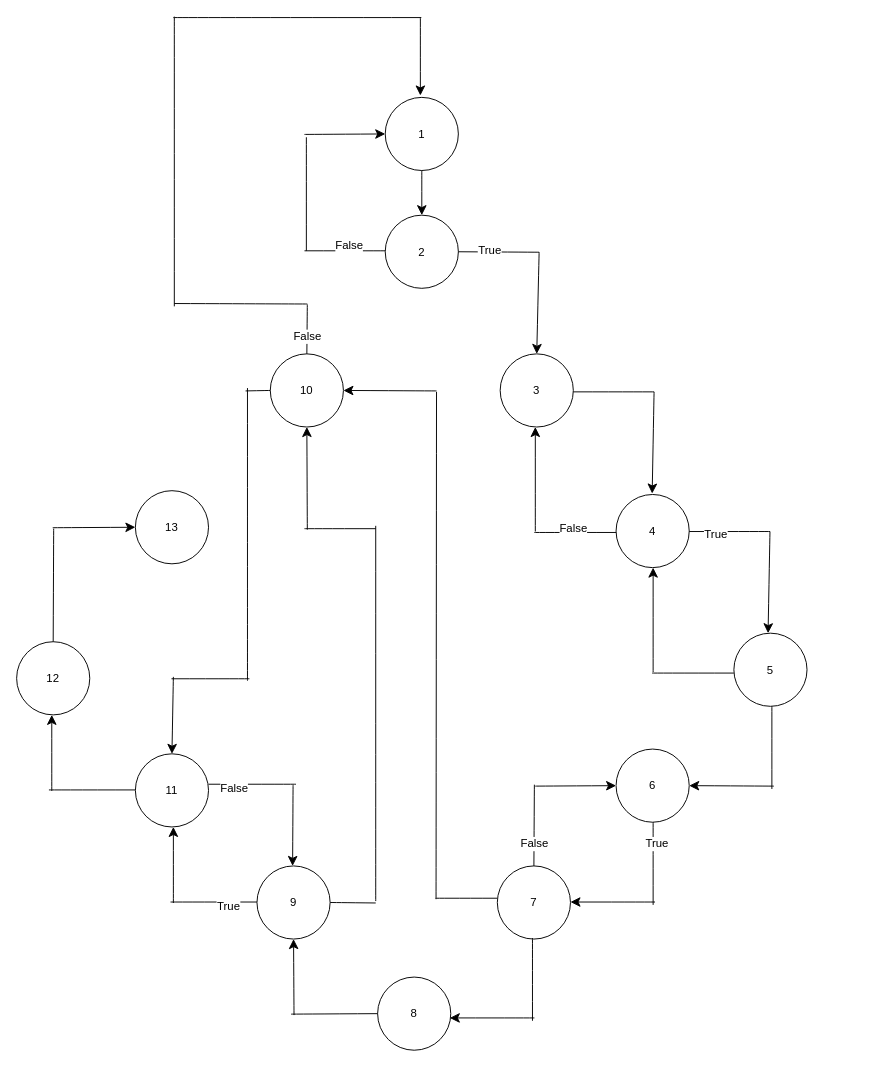
Fashich/APSI_Kelompok-1 keeps this draw.io diagram as Untitled Diagram.drawio. Above is the earlier version. Source tidied: cells renumbered, new cells numbered last; positions are measured from the earlier drawing's top-left corner, leaving out a move shared by most shapes. Both pictures are drawn from the tidied source at 95%, with x=0, y=0 at pixel (16, 16).
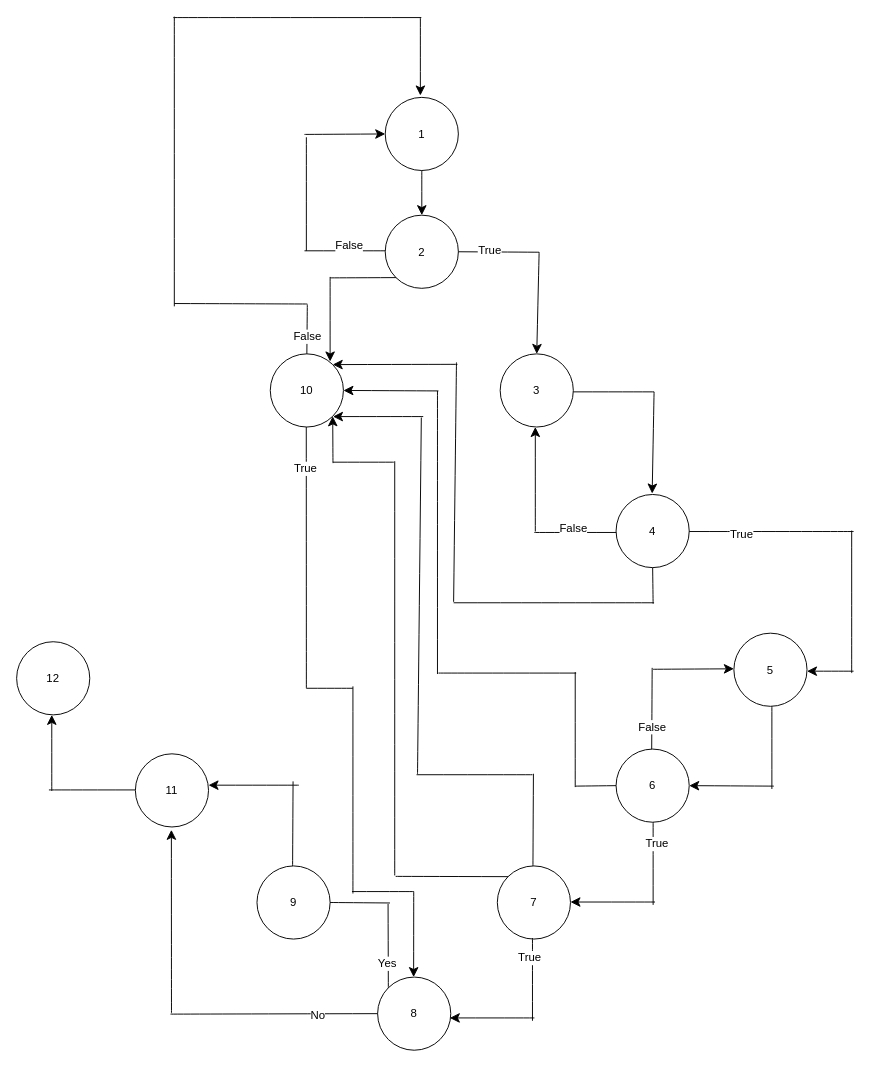
Above is the later version.

The change refers to these unchanged cells:
```xml
<mxCell id="4" value="2" style="ellipse;whiteSpace=wrap;html=1;" parent="1" vertex="1">
  <mxGeometry x="388" y="209" width="77" height="77" as="geometry" />
</mxCell>
<mxCell id="6" value="4" style="ellipse;whiteSpace=wrap;html=1;" parent="1" vertex="1">
  <mxGeometry x="631" y="503" width="77" height="77" as="geometry" />
</mxCell>
<mxCell id="8" value="6" style="ellipse;whiteSpace=wrap;html=1;" parent="1" vertex="1">
  <mxGeometry x="631" y="771" width="77" height="77" as="geometry" />
</mxCell>
<mxCell id="9" value="7" style="ellipse;whiteSpace=wrap;html=1;" parent="1" vertex="1">
  <mxGeometry x="506" y="894" width="77" height="77" as="geometry" />
</mxCell>
<mxCell id="10" value="8" style="ellipse;whiteSpace=wrap;html=1;" parent="1" vertex="1">
  <mxGeometry x="380" y="1011" width="77" height="77" as="geometry" />
</mxCell>
<mxCell id="11" value="9" style="ellipse;whiteSpace=wrap;html=1;" parent="1" vertex="1">
  <mxGeometry x="253" y="894" width="77" height="77" as="geometry" />
</mxCell>
<mxCell id="12" value="11" style="ellipse;whiteSpace=wrap;html=1;" parent="1" vertex="1">
  <mxGeometry x="125" y="776" width="77" height="77" as="geometry" />
</mxCell>
<mxCell id="14" value="12" style="ellipse;whiteSpace=wrap;html=1;" parent="1" vertex="1">
  <mxGeometry y="658" width="77" height="77" as="geometry" />
</mxCell>
<mxCell id="15" value="10" style="ellipse;whiteSpace=wrap;html=1;" parent="1" vertex="1">
  <mxGeometry x="267" y="355" width="77" height="77" as="geometry" />
</mxCell>
<mxCell id="33" style="endArrow=none;html=1;rounded=0;fontSize=12;startSize=8;endSize=8;curved=1;" parent="1" edge="1">
  <mxGeometry relative="1" as="geometry">
    <mxPoint x="543" y="970" as="sourcePoint" />
    <mxPoint x="543" y="1057" as="targetPoint" />
  </mxGeometry>
</mxCell>
```

Change to the diagram source:
```diff
@@
-    <mxCell id="13" value="13" style="ellipse;whiteSpace=wrap;html=1;" parent="1" vertex="1">
-      <mxGeometry x="125" y="499" width="77" height="77" as="geometry" />
-    </mxCell>
@@
     <mxCell id="25" style="endArrow=none;html=1;rounded=0;fontSize=12;startSize=8;endSize=8;curved=1;entryX=1;entryY=0.5;entryDx=0;entryDy=0;" parent="1" edge="1">
       <mxGeometry relative="1" as="geometry">
-        <mxPoint x="793" y="542" as="sourcePoint" />
+        <mxPoint x="881" y="542" as="sourcePoint" />
         <mxPoint x="708" y="542" as="targetPoint" />
       </mxGeometry>
     </mxCell>
@@
     <mxCell id="27" style="endArrow=classic;html=1;rounded=0;fontSize=12;startSize=8;endSize=8;curved=1;entryX=0.5;entryY=0;entryDx=0;entryDy=0;" parent="1" edge="1">
       <mxGeometry relative="1" as="geometry">
-        <mxPoint x="793" y="542" as="sourcePoint" />
-        <mxPoint x="791" y="649" as="targetPoint" />
+        <mxPoint x="881" y="689" as="sourcePoint" />
+        <mxPoint x="832" y="689" as="targetPoint" />
       </mxGeometry>
     </mxCell>
@@
+    <mxCell id="72" value="True" style="edgeLabel;html=1;align=center;verticalAlign=middle;fontSize=12;" parent="33" vertex="1">
+      <mxGeometry x="-0.54" y="-4" relative="1" as="geometry" />
+    </mxCell>
@@
     <mxCell id="35" style="endArrow=none;html=1;rounded=0;fontSize=12;startSize=8;endSize=8;curved=1;entryX=0;entryY=0.5;entryDx=0;entryDy=0;" parent="1" edge="1" target="10">
       <mxGeometry relative="1" as="geometry">
-        <mxPoint x="289" y="1050" as="sourcePoint" />
+        <mxPoint x="162" y="1050" as="sourcePoint" />
       </mxGeometry>
     </mxCell>
-    <mxCell id="36" style="endArrow=none;html=1;rounded=0;fontSize=12;startSize=8;endSize=8;curved=1;entryX=0.5;entryY=0;entryDx=0;entryDy=0;" parent="1" edge="1" target="14">
-      <mxGeometry relative="1" as="geometry">
-        <mxPoint x="39" y="539" as="sourcePoint" />
-      </mxGeometry>
-    </mxCell>
+    <mxCell id="73" value="No" style="edgeLabel;html=1;align=center;verticalAlign=middle;fontSize=12;" parent="35" vertex="1">
+      <mxGeometry x="0.41" y="-2" relative="1" as="geometry" />
+    </mxCell>
-    <mxCell id="37" style="endArrow=classic;html=1;rounded=0;fontSize=12;startSize=8;endSize=8;curved=1;entryX=0.5;entryY=1;entryDx=0;entryDy=0;" parent="1" edge="1" target="11">
+    <mxCell id="37" style="endArrow=classic;html=1;rounded=0;fontSize=12;startSize=8;endSize=8;curved=1;entryX=0.5;entryY=1;entryDx=0;entryDy=0;" parent="1" edge="1">
       <mxGeometry relative="1" as="geometry">
-        <mxPoint x="292" y="1051" as="sourcePoint" />
+        <mxPoint x="163" y="1049" as="sourcePoint" />
+        <mxPoint x="162.9" y="856" as="targetPoint" />
       </mxGeometry>
     </mxCell>
-    <mxCell id="38" style="endArrow=classic;html=1;rounded=0;fontSize=12;startSize=8;endSize=8;curved=1;entryX=0;entryY=0.5;entryDx=0;entryDy=0;" parent="1" edge="1" target="13">
-      <mxGeometry relative="1" as="geometry">
-        <mxPoint x="38" y="538" as="sourcePoint" />
-      </mxGeometry>
-    </mxCell>
-    <mxCell id="39" style="endArrow=none;html=1;rounded=0;fontSize=12;startSize=8;endSize=8;curved=1;entryX=0;entryY=0.5;entryDx=0;entryDy=0;" parent="1" edge="1">
-      <mxGeometry relative="1" as="geometry">
-        <mxPoint x="162" y="932" as="sourcePoint" />
-        <mxPoint x="253" y="932" as="targetPoint" />
-      </mxGeometry>
-    </mxCell>
-    <mxCell id="40" value="True" style="edgeLabel;html=1;align=center;verticalAlign=middle;fontSize=12;" parent="39" vertex="1">
-      <mxGeometry x="0.29" y="-4" relative="1" as="geometry">
-        <mxPoint x="1" as="offset" />
-      </mxGeometry>
-    </mxCell>
     <mxCell id="41" style="endArrow=classic;html=1;rounded=0;fontSize=12;startSize=8;endSize=8;curved=1;entryX=0.5;entryY=1;entryDx=0;entryDy=0;" parent="1" edge="1">
       <mxGeometry relative="1" as="geometry">
-        <mxPoint x="165" y="933" as="sourcePoint" />
-        <mxPoint x="165" y="853" as="targetPoint" />
+        <mxPoint x="297" y="809" as="sourcePoint" />
+        <mxPoint x="202" y="809" as="targetPoint" />
       </mxGeometry>
     </mxCell>
@@
-    <mxCell id="47" style="endArrow=none;html=1;rounded=0;fontSize=12;startSize=8;endSize=8;curved=1;entryX=0;entryY=0.5;entryDx=0;entryDy=0;" parent="1" edge="1">
-      <mxGeometry relative="1" as="geometry">
-        <mxPoint x="669" y="691" as="sourcePoint" />
-        <mxPoint x="755" y="691" as="targetPoint" />
-      </mxGeometry>
-    </mxCell>
-    <mxCell id="48" style="endArrow=classic;html=1;rounded=0;fontSize=12;startSize=8;endSize=8;curved=1;entryX=0.5;entryY=1;entryDx=0;entryDy=0;" parent="1" edge="1">
-      <mxGeometry relative="1" as="geometry">
-        <mxPoint x="670" y="690" as="sourcePoint" />
-        <mxPoint x="670" y="580" as="targetPoint" />
-      </mxGeometry>
-    </mxCell>
-    <mxCell id="49" style="endArrow=classic;html=1;rounded=0;fontSize=12;startSize=8;endSize=8;curved=1;entryX=0;entryY=0.5;entryDx=0;entryDy=0;" parent="1" edge="1" target="8">
+    <mxCell id="49" style="endArrow=classic;html=1;rounded=0;fontSize=12;startSize=8;endSize=8;curved=1;entryX=0;entryY=0.5;entryDx=0;entryDy=0;" parent="1" edge="1">
       <mxGeometry relative="1" as="geometry">
-        <mxPoint x="546" y="810" as="sourcePoint" />
+        <mxPoint x="670" y="687" as="sourcePoint" />
+        <mxPoint x="755" y="686.5" as="targetPoint" />
       </mxGeometry>
     </mxCell>
-    <mxCell id="50" style="endArrow=none;html=1;rounded=0;fontSize=12;startSize=8;endSize=8;curved=1;entryX=0.5;entryY=0;entryDx=0;entryDy=0;" parent="1" edge="1" target="9">
+    <mxCell id="50" style="endArrow=none;html=1;rounded=0;fontSize=12;startSize=8;endSize=8;curved=1;entryX=0.5;entryY=0;entryDx=0;entryDy=0;" parent="1" edge="1">
       <mxGeometry relative="1" as="geometry">
-        <mxPoint x="545" y="808.5" as="sourcePoint" />
+        <mxPoint x="669" y="685.5" as="sourcePoint" />
+        <mxPoint x="668.5" y="771" as="targetPoint" />
       </mxGeometry>
     </mxCell>
@@
-    <mxCell id="52" style="endArrow=none;html=1;rounded=0;fontSize=12;startSize=8;endSize=8;curved=1;entryX=1;entryY=0.5;entryDx=0;entryDy=0;" parent="1" edge="1">
-      <mxGeometry relative="1" as="geometry">
-        <mxPoint x="294" y="808" as="sourcePoint" />
-        <mxPoint x="202" y="808" as="targetPoint" />
-      </mxGeometry>
-    </mxCell>
-    <mxCell id="53" value="False" style="edgeLabel;html=1;align=center;verticalAlign=middle;fontSize=12;" parent="52" vertex="1">
-      <mxGeometry x="0.46" y="4" relative="1" as="geometry">
-        <mxPoint x="1" as="offset" />
-      </mxGeometry>
-    </mxCell>
-    <mxCell id="54" style="endArrow=classic;html=1;rounded=0;fontSize=12;startSize=8;endSize=8;curved=1;entryX=0.5;entryY=0;entryDx=0;entryDy=0;" parent="1" edge="1">
-      <mxGeometry relative="1" as="geometry">
-        <mxPoint x="291" y="809" as="sourcePoint" />
-        <mxPoint x="290.5" y="894" as="targetPoint" />
-      </mxGeometry>
-    </mxCell>
     <mxCell id="55" style="endArrow=none;html=1;rounded=0;fontSize=12;startSize=8;endSize=8;curved=1;exitX=1;exitY=0.5;exitDx=0;exitDy=0;" parent="1" edge="1" source="11">
       <mxGeometry relative="1" as="geometry">
-        <mxPoint x="378" y="933" as="targetPoint" />
+        <mxPoint x="393" y="933" as="targetPoint" />
       </mxGeometry>
     </mxCell>
-    <mxCell id="56" style="endArrow=none;html=1;rounded=0;fontSize=12;startSize=8;endSize=8;curved=1;" parent="1" edge="1">
+    <mxCell id="56" style="endArrow=none;html=1;rounded=0;fontSize=12;startSize=8;endSize=8;curved=1;exitX=0;exitY=0;exitDx=0;exitDy=0;" parent="1" edge="1" source="10">
       <mxGeometry relative="1" as="geometry">
-        <mxPoint x="378" y="931" as="sourcePoint" />
-        <mxPoint x="378" y="536" as="targetPoint" />
+        <mxPoint x="391" y="934" as="targetPoint" />
       </mxGeometry>
     </mxCell>
-    <mxCell id="57" style="endArrow=none;html=1;rounded=0;fontSize=12;startSize=8;endSize=8;curved=1;" parent="1" edge="1">
-      <mxGeometry relative="1" as="geometry">
-        <mxPoint x="303" y="539" as="sourcePoint" />
-        <mxPoint x="378" y="539" as="targetPoint" />
-      </mxGeometry>
-    </mxCell>
-    <mxCell id="58" style="endArrow=classic;html=1;rounded=0;fontSize=12;startSize=8;endSize=8;curved=1;entryX=0.5;entryY=1;entryDx=0;entryDy=0;" parent="1" edge="1" target="15">
-      <mxGeometry relative="1" as="geometry">
-        <mxPoint x="306" y="540" as="sourcePoint" />
-      </mxGeometry>
-    </mxCell>
-    <mxCell id="59" style="endArrow=none;html=1;rounded=0;fontSize=12;startSize=8;endSize=8;curved=1;" parent="1" edge="1">
-      <mxGeometry relative="1" as="geometry">
-        <mxPoint x="441" y="928" as="sourcePoint" />
-        <mxPoint x="506" y="928" as="targetPoint" />
-      </mxGeometry>
-    </mxCell>
+    <mxCell id="74" value="Yes" style="edgeLabel;html=1;align=center;verticalAlign=middle;fontSize=12;" parent="56" vertex="1">
+      <mxGeometry x="-0.4" y="2" relative="1" as="geometry" />
+    </mxCell>
     <mxCell id="60" style="endArrow=none;html=1;rounded=0;fontSize=12;startSize=8;endSize=8;curved=1;" parent="1" edge="1">
       <mxGeometry relative="1" as="geometry">
-        <mxPoint x="441.5" y="929" as="sourcePoint" />
-        <mxPoint x="442" y="395" as="targetPoint" />
+        <mxPoint x="422" y="797" as="sourcePoint" />
+        <mxPoint x="426" y="422" as="targetPoint" />
       </mxGeometry>
     </mxCell>
-    <mxCell id="61" style="endArrow=classic;html=1;rounded=0;fontSize=12;startSize=8;endSize=8;curved=1;entryX=1;entryY=0.5;entryDx=0;entryDy=0;" parent="1" edge="1" target="15">
+    <mxCell id="61" style="endArrow=classic;html=1;rounded=0;fontSize=12;startSize=8;endSize=8;curved=1;entryX=1;entryY=0.5;entryDx=0;entryDy=0;" parent="1" edge="1">
       <mxGeometry relative="1" as="geometry">
-        <mxPoint x="442" y="394" as="sourcePoint" />
+        <mxPoint x="428" y="421" as="sourcePoint" />
+        <mxPoint x="333" y="421" as="targetPoint" />
       </mxGeometry>
     </mxCell>
@@
-    <mxCell id="68" style="endArrow=none;html=1;rounded=0;fontSize=12;startSize=8;endSize=8;curved=1;exitX=0;exitY=0.5;exitDx=0;exitDy=0;" parent="1" edge="1" source="15">
-      <mxGeometry relative="1" as="geometry">
-        <mxPoint x="241" y="394" as="targetPoint" />
-      </mxGeometry>
-    </mxCell>
-    <mxCell id="69" style="endArrow=none;html=1;rounded=0;fontSize=12;startSize=8;endSize=8;curved=1;" parent="1" edge="1">
-      <mxGeometry relative="1" as="geometry">
-        <mxPoint x="243" y="699" as="sourcePoint" />
-        <mxPoint x="243" y="391" as="targetPoint" />
-      </mxGeometry>
-    </mxCell>
     <mxCell id="70" style="endArrow=none;html=1;rounded=0;fontSize=12;startSize=8;endSize=8;curved=1;" parent="1" edge="1">
       <mxGeometry relative="1" as="geometry">
-        <mxPoint x="245" y="697" as="sourcePoint" />
-        <mxPoint x="163" y="697" as="targetPoint" />
+        <mxPoint x="418" y="921" as="sourcePoint" />
+        <mxPoint x="353" y="921" as="targetPoint" />
       </mxGeometry>
     </mxCell>
-    <mxCell id="71" style="endArrow=classic;html=1;rounded=0;fontSize=12;startSize=8;endSize=8;curved=1;entryX=0.5;entryY=0;entryDx=0;entryDy=0;" parent="1" edge="1" target="12">
+    <mxCell id="71" style="endArrow=classic;html=1;rounded=0;fontSize=12;startSize=8;endSize=8;curved=1;entryX=1;entryY=0;entryDx=0;entryDy=0;" parent="1" edge="1">
       <mxGeometry relative="1" as="geometry">
-        <mxPoint x="165" y="695" as="sourcePoint" />
+        <mxPoint x="418" y="921" as="sourcePoint" />
+        <mxPoint x="417.9" y="1011" as="targetPoint" />
       </mxGeometry>
     </mxCell>
+    <mxCell id="75" style="endArrow=none;html=1;rounded=0;fontSize=12;startSize=8;endSize=8;curved=1;" parent="1" edge="1">
+      <mxGeometry relative="1" as="geometry">
+        <mxPoint x="879" y="691" as="sourcePoint" />
+        <mxPoint x="879" y="541" as="targetPoint" />
+      </mxGeometry>
+    </mxCell>
+    <mxCell id="76" style="endArrow=none;html=1;rounded=0;fontSize=12;startSize=8;endSize=8;curved=1;entryX=1;entryY=0.5;entryDx=0;entryDy=0;" parent="1" edge="1">
+      <mxGeometry relative="1" as="geometry">
+        <mxPoint x="543" y="798" as="sourcePoint" />
+        <mxPoint x="421" y="798" as="targetPoint" />
+      </mxGeometry>
+    </mxCell>
+    <mxCell id="77" style="endArrow=none;html=1;rounded=0;fontSize=12;startSize=8;endSize=8;curved=1;" parent="1" edge="1">
+      <mxGeometry relative="1" as="geometry">
+        <mxPoint x="543.5" y="894" as="sourcePoint" />
+        <mxPoint x="544" y="797" as="targetPoint" />
+      </mxGeometry>
+    </mxCell>
+    <mxCell id="78" style="endArrow=none;html=1;rounded=0;fontSize=12;startSize=8;endSize=8;curved=1;" parent="1" edge="1">
+      <mxGeometry relative="1" as="geometry">
+        <mxPoint x="290.5" y="894" as="sourcePoint" />
+        <mxPoint x="291" y="805" as="targetPoint" />
+      </mxGeometry>
+    </mxCell>
+    <mxCell id="79" style="endArrow=none;html=1;rounded=0;fontSize=12;startSize=8;endSize=8;curved=1;entryX=0;entryY=0;entryDx=0;entryDy=0;" parent="1" edge="1" target="9">
+      <mxGeometry relative="1" as="geometry">
+        <mxPoint x="399" y="905" as="sourcePoint" />
+      </mxGeometry>
+    </mxCell>
+    <mxCell id="80" style="endArrow=none;html=1;rounded=0;fontSize=12;startSize=8;endSize=8;curved=1;" parent="1" edge="1">
+      <mxGeometry relative="1" as="geometry">
+        <mxPoint x="398" y="904" as="sourcePoint" />
+        <mxPoint x="398" y="468" as="targetPoint" />
+      </mxGeometry>
+    </mxCell>
+    <mxCell id="81" style="endArrow=classic;html=1;rounded=0;fontSize=12;startSize=8;endSize=8;curved=1;entryX=1;entryY=1;entryDx=0;entryDy=0;" parent="1" edge="1" target="15">
+      <mxGeometry relative="1" as="geometry">
+        <mxPoint x="333" y="470" as="sourcePoint" />
+      </mxGeometry>
+    </mxCell>
+    <mxCell id="82" style="endArrow=none;html=1;rounded=0;fontSize=12;startSize=8;endSize=8;curved=1;" parent="1" edge="1">
+      <mxGeometry relative="1" as="geometry">
+        <mxPoint x="305" y="707" as="sourcePoint" />
+        <mxPoint x="304.9" y="432" as="targetPoint" />
+      </mxGeometry>
+    </mxCell>
+    <mxCell id="83" value="True" style="edgeLabel;html=1;align=center;verticalAlign=middle;fontSize=12;" parent="82" vertex="1">
+      <mxGeometry x="0.68" y="1" relative="1" as="geometry">
+        <mxPoint y="-1" as="offset" />
+      </mxGeometry>
+    </mxCell>
+    <mxCell id="84" style="endArrow=none;html=1;rounded=0;fontSize=12;startSize=8;endSize=8;curved=1;" parent="1" edge="1">
+      <mxGeometry relative="1" as="geometry">
+        <mxPoint x="354" y="923" as="sourcePoint" />
+        <mxPoint x="354" y="705" as="targetPoint" />
+      </mxGeometry>
+    </mxCell>
+    <mxCell id="85" style="endArrow=none;html=1;rounded=0;fontSize=12;startSize=8;endSize=8;curved=1;" parent="1" edge="1">
+      <mxGeometry relative="1" as="geometry">
+        <mxPoint x="354" y="707" as="sourcePoint" />
+        <mxPoint x="305" y="707" as="targetPoint" />
+      </mxGeometry>
+    </mxCell>
+    <mxCell id="86" style="endArrow=classic;html=1;rounded=0;fontSize=12;startSize=8;endSize=8;curved=1;entryX=1;entryY=0.5;entryDx=0;entryDy=0;" parent="1" edge="1">
+      <mxGeometry relative="1" as="geometry">
+        <mxPoint x="330" y="274" as="sourcePoint" />
+        <mxPoint x="330" y="363" as="targetPoint" />
+      </mxGeometry>
+    </mxCell>
+    <mxCell id="87" style="endArrow=none;html=1;rounded=0;fontSize=12;startSize=8;endSize=8;curved=1;entryX=0;entryY=1;entryDx=0;entryDy=0;" parent="1" edge="1" target="4">
+      <mxGeometry relative="1" as="geometry">
+        <mxPoint x="330" y="275" as="sourcePoint" />
+      </mxGeometry>
+    </mxCell>
+    <mxCell id="88" style="endArrow=none;html=1;rounded=0;fontSize=12;startSize=8;endSize=8;curved=1;entryX=0.5;entryY=1;entryDx=0;entryDy=0;" parent="1" edge="1" target="6">
+      <mxGeometry relative="1" as="geometry">
+        <mxPoint x="670" y="618" as="sourcePoint" />
+      </mxGeometry>
+    </mxCell>
+    <mxCell id="89" style="endArrow=none;html=1;rounded=0;fontSize=12;startSize=8;endSize=8;curved=1;" parent="1" edge="1">
+      <mxGeometry relative="1" as="geometry">
+        <mxPoint x="397" y="469" as="sourcePoint" />
+        <mxPoint x="333" y="469" as="targetPoint" />
+      </mxGeometry>
+    </mxCell>
+    <mxCell id="90" style="endArrow=none;html=1;rounded=0;fontSize=12;startSize=8;endSize=8;curved=1;" parent="1" edge="1">
+      <mxGeometry relative="1" as="geometry">
+        <mxPoint x="671" y="617" as="sourcePoint" />
+        <mxPoint x="460" y="617" as="targetPoint" />
+      </mxGeometry>
+    </mxCell>
+    <mxCell id="91" style="endArrow=none;html=1;rounded=0;fontSize=12;startSize=8;endSize=8;curved=1;" parent="1" edge="1">
+      <mxGeometry relative="1" as="geometry">
+        <mxPoint x="463" y="364" as="sourcePoint" />
+        <mxPoint x="460" y="616" as="targetPoint" />
+      </mxGeometry>
+    </mxCell>
+    <mxCell id="92" style="endArrow=classic;html=1;rounded=0;fontSize=12;startSize=8;endSize=8;curved=1;entryX=1;entryY=0;entryDx=0;entryDy=0;" parent="1" edge="1" target="15">
+      <mxGeometry relative="1" as="geometry">
+        <mxPoint x="464" y="366" as="sourcePoint" />
+      </mxGeometry>
+    </mxCell>
+    <mxCell id="93" style="endArrow=classic;html=1;rounded=0;fontSize=12;startSize=8;endSize=8;curved=1;entryX=1;entryY=0.5;entryDx=0;entryDy=0;" parent="1" edge="1" target="15">
+      <mxGeometry relative="1" as="geometry">
+        <mxPoint x="444" y="394" as="sourcePoint" />
+      </mxGeometry>
+    </mxCell>
+    <mxCell id="94" style="endArrow=none;html=1;rounded=0;fontSize=12;startSize=8;endSize=8;curved=1;" parent="1" edge="1">
+      <mxGeometry relative="1" as="geometry">
+        <mxPoint x="443" y="394" as="sourcePoint" />
+        <mxPoint x="443" y="692" as="targetPoint" />
+      </mxGeometry>
+    </mxCell>
+    <mxCell id="95" style="endArrow=none;html=1;rounded=0;fontSize=12;startSize=8;endSize=8;curved=1;" parent="1" edge="1">
+      <mxGeometry relative="1" as="geometry">
+        <mxPoint x="444" y="691" as="sourcePoint" />
+        <mxPoint x="589" y="691" as="targetPoint" />
+      </mxGeometry>
+    </mxCell>
+    <mxCell id="96" style="endArrow=none;html=1;rounded=0;fontSize=12;startSize=8;endSize=8;curved=1;" parent="1" edge="1">
+      <mxGeometry relative="1" as="geometry">
+        <mxPoint x="588" y="811" as="sourcePoint" />
+        <mxPoint x="588" y="690" as="targetPoint" />
+      </mxGeometry>
+    </mxCell>
+    <mxCell id="97" style="endArrow=none;html=1;rounded=0;fontSize=12;startSize=8;endSize=8;curved=1;entryX=0;entryY=0.5;entryDx=0;entryDy=0;" parent="1" edge="1" target="8">
+      <mxGeometry relative="1" as="geometry">
+        <mxPoint x="588" y="810" as="sourcePoint" />
+      </mxGeometry>
+    </mxCell>
```
